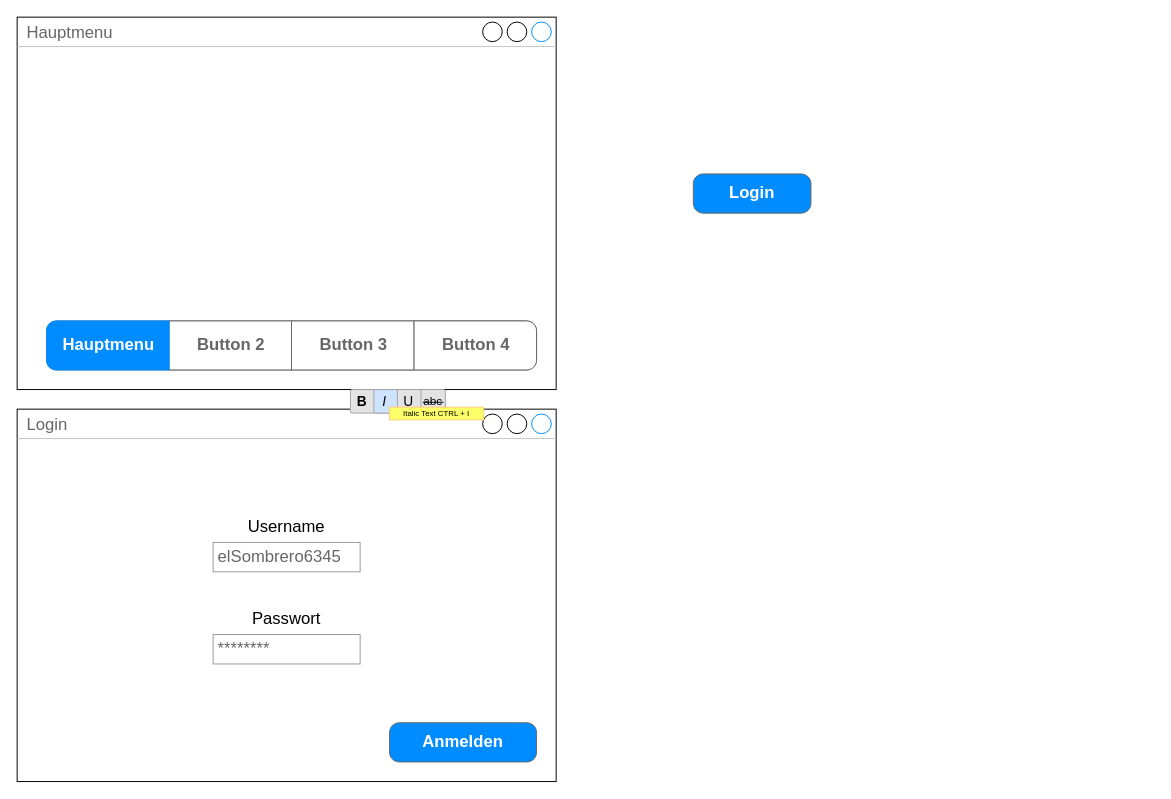
Above: Unbenanntes Diagramm.drawio in andrinnn6789/FootballAdministrationsApp (draw.io), before the change. Source tidied: cells renumbered, new cells numbered last; positions are measured from the earlier drawing's top-left corner, leaving out a move shared by most shapes. Both pictures are drawn from the tidied source at 98%, with x=0, y=0 at pixel (17, 17).
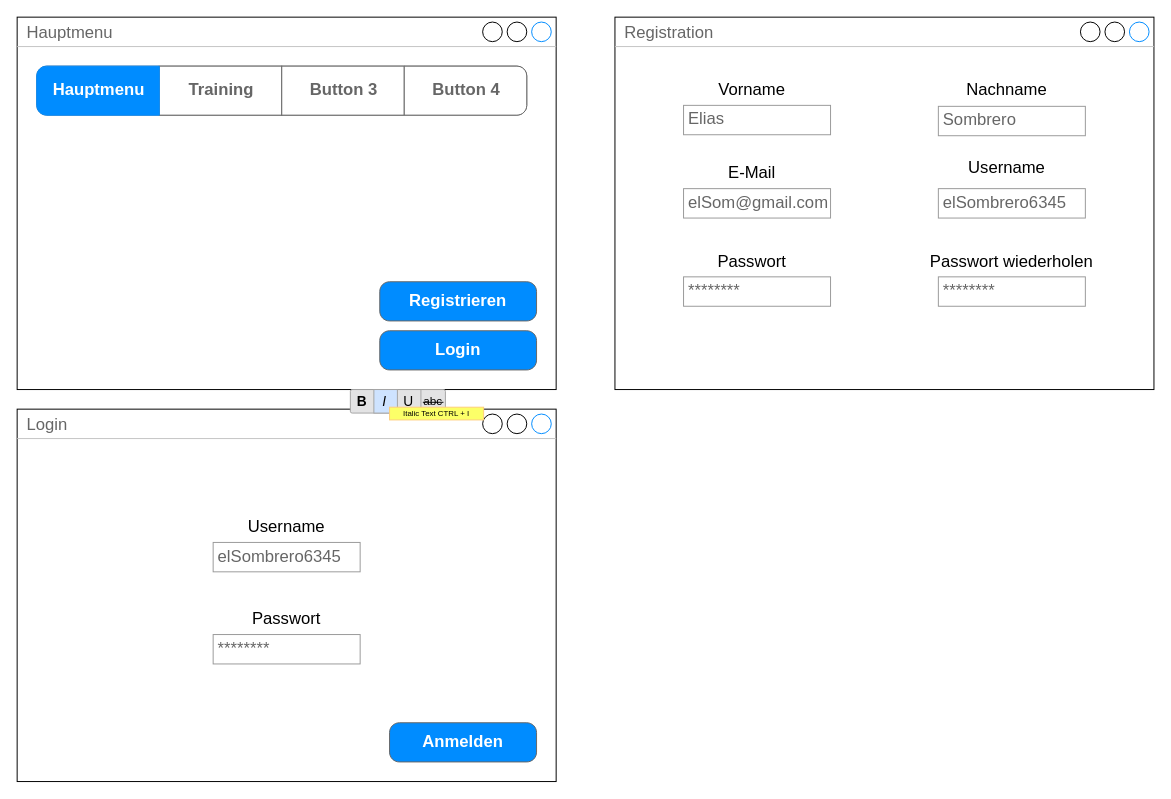
After the change.

Change to the diagram source:
```diff
@@
     <mxCell id="3" value="Login" style="strokeWidth=1;shadow=0;dashed=0;align=center;html=1;shape=mxgraph.mockup.buttons.button;strokeColor=#666666;fontColor=#ffffff;mainText=;buttonStyle=round;fontSize=17;fontStyle=1;fillColor=#008cff;whiteSpace=wrap;" parent="1" vertex="1">
-      <mxGeometry x="690" y="160" width="120" height="40" as="geometry" />
+      <mxGeometry x="370" y="320" width="160" height="40" as="geometry" />
     </mxCell>
@@
     <mxCell id="11" style="strokeWidth=1;shadow=0;dashed=0;align=center;html=1;shape=mxgraph.mockup.rrect;rSize=10;fillColor=#ffffff;strokeColor=#666666;labelBackgroundColor=#0000FF;labelBorderColor=none;fontSize=17;fontColor=default;" parent="1" vertex="1">
-      <mxGeometry x="30" y="310" width="500" height="50" as="geometry" />
+      <mxGeometry x="20" y="50" width="500" height="50" as="geometry" />
     </mxCell>
-    <mxCell id="12" value="Button 2" style="strokeColor=inherit;fillColor=inherit;gradientColor=inherit;strokeWidth=1;shadow=0;dashed=0;align=center;html=1;shape=mxgraph.mockup.rrect;rSize=0;fontSize=17;fontColor=#666666;fontStyle=1;labelBackgroundColor=none;labelBorderColor=none;" parent="11" vertex="1">
+    <mxCell id="12" value="Training" style="strokeColor=inherit;fillColor=inherit;gradientColor=inherit;strokeWidth=1;shadow=0;dashed=0;align=center;html=1;shape=mxgraph.mockup.rrect;rSize=0;fontSize=17;fontColor=#666666;fontStyle=1;labelBackgroundColor=none;labelBorderColor=none;" parent="11" vertex="1">
       <mxGeometry width="125" height="50" relative="1" as="geometry">
         <mxPoint x="125" as="offset" />
       </mxGeometry>
     </mxCell>
@@
+    <mxCell id="16" value="Registrieren" style="strokeWidth=1;shadow=0;dashed=0;align=center;html=1;shape=mxgraph.mockup.buttons.button;strokeColor=#666666;fontColor=#ffffff;mainText=;buttonStyle=round;fontSize=17;fontStyle=1;fillColor=#008cff;whiteSpace=wrap;" parent="1" vertex="1">
+      <mxGeometry x="370" y="270" width="160" height="40" as="geometry" />
+    </mxCell>
+    <mxCell id="17" value="Registration" style="strokeWidth=1;shadow=0;dashed=0;align=center;html=1;shape=mxgraph.mockup.containers.window;align=left;verticalAlign=top;spacingLeft=8;strokeColor2=#008cff;strokeColor3=#c4c4c4;fontColor=#666666;mainText=;fontSize=17;labelBackgroundColor=none;" parent="1" vertex="1">
+      <mxGeometry x="610" width="550" height="380" as="geometry" />
+    </mxCell>
+    <mxCell id="18" value="elSombrero6345" style="strokeWidth=1;shadow=0;dashed=0;align=center;html=1;shape=mxgraph.mockup.forms.pwField;strokeColor=#999999;mainText=;align=left;fontColor=#666666;fontSize=17;spacingLeft=3;" parent="1" vertex="1">
+      <mxGeometry x="940" y="175" width="150" height="30" as="geometry" />
+    </mxCell>
+    <mxCell id="19" value="Username" style="text;html=1;strokeColor=none;fillColor=none;align=center;verticalAlign=middle;whiteSpace=wrap;rounded=0;labelBorderColor=none;fontSize=17;" parent="1" vertex="1">
+      <mxGeometry x="980" y="140" width="60" height="30" as="geometry" />
+    </mxCell>
+    <mxCell id="20" value="Passwort" style="text;html=1;strokeColor=none;fillColor=none;align=center;verticalAlign=middle;whiteSpace=wrap;rounded=0;labelBorderColor=none;fontSize=17;" parent="1" vertex="1">
+      <mxGeometry x="720" y="235" width="60" height="30" as="geometry" />
+    </mxCell>
+    <mxCell id="21" value="********" style="strokeWidth=1;shadow=0;dashed=0;align=center;html=1;shape=mxgraph.mockup.forms.pwField;strokeColor=#999999;mainText=;align=left;fontColor=#666666;fontSize=17;spacingLeft=3;" parent="1" vertex="1">
+      <mxGeometry x="940" y="265" width="150" height="30" as="geometry" />
+    </mxCell>
+    <mxCell id="22" value="Passwort wiederholen" style="text;html=1;strokeColor=none;fillColor=none;align=center;verticalAlign=middle;whiteSpace=wrap;rounded=0;labelBorderColor=none;fontSize=17;" parent="1" vertex="1">
+      <mxGeometry x="930" y="235" width="170" height="30" as="geometry" />
+    </mxCell>
+    <mxCell id="23" value="********" style="strokeWidth=1;shadow=0;dashed=0;align=center;html=1;shape=mxgraph.mockup.forms.pwField;strokeColor=#999999;mainText=;align=left;fontColor=#666666;fontSize=17;spacingLeft=3;" parent="1" vertex="1">
+      <mxGeometry x="680" y="265" width="150" height="30" as="geometry" />
+    </mxCell>
+    <mxCell id="24" value="elSom@gmail.com" style="strokeWidth=1;shadow=0;dashed=0;align=center;html=1;shape=mxgraph.mockup.forms.pwField;strokeColor=#999999;mainText=;align=left;fontColor=#666666;fontSize=17;spacingLeft=3;" parent="1" vertex="1">
+      <mxGeometry x="680" y="175" width="150" height="30" as="geometry" />
+    </mxCell>
+    <mxCell id="25" value="E-Mail" style="text;html=1;strokeColor=none;fillColor=none;align=center;verticalAlign=middle;whiteSpace=wrap;rounded=0;labelBorderColor=none;fontSize=17;" parent="1" vertex="1">
+      <mxGeometry x="720" y="145" width="60" height="30" as="geometry" />
+    </mxCell>
+    <mxCell id="26" value="Sombrero" style="strokeWidth=1;shadow=0;dashed=0;align=center;html=1;shape=mxgraph.mockup.forms.pwField;strokeColor=#999999;mainText=;align=left;fontColor=#666666;fontSize=17;spacingLeft=3;" parent="1" vertex="1">
+      <mxGeometry x="940" y="91" width="150" height="30" as="geometry" />
+    </mxCell>
+    <mxCell id="27" value="Elias" style="strokeWidth=1;shadow=0;dashed=0;align=center;html=1;shape=mxgraph.mockup.forms.pwField;strokeColor=#999999;mainText=;align=left;fontColor=#666666;fontSize=17;spacingLeft=3;" parent="1" vertex="1">
+      <mxGeometry x="680" y="90" width="150" height="30" as="geometry" />
+    </mxCell>
+    <mxCell id="28" value="Vorname" style="text;html=1;strokeColor=none;fillColor=none;align=center;verticalAlign=middle;whiteSpace=wrap;rounded=0;labelBorderColor=none;fontSize=17;" parent="1" vertex="1">
+      <mxGeometry x="720" y="60" width="60" height="30" as="geometry" />
+    </mxCell>
+    <mxCell id="29" value="Nachname" style="text;html=1;strokeColor=none;fillColor=none;align=center;verticalAlign=middle;whiteSpace=wrap;rounded=0;labelBorderColor=none;fontSize=17;" parent="1" vertex="1">
+      <mxGeometry x="980" y="60" width="60" height="30" as="geometry" />
+    </mxCell>
```
